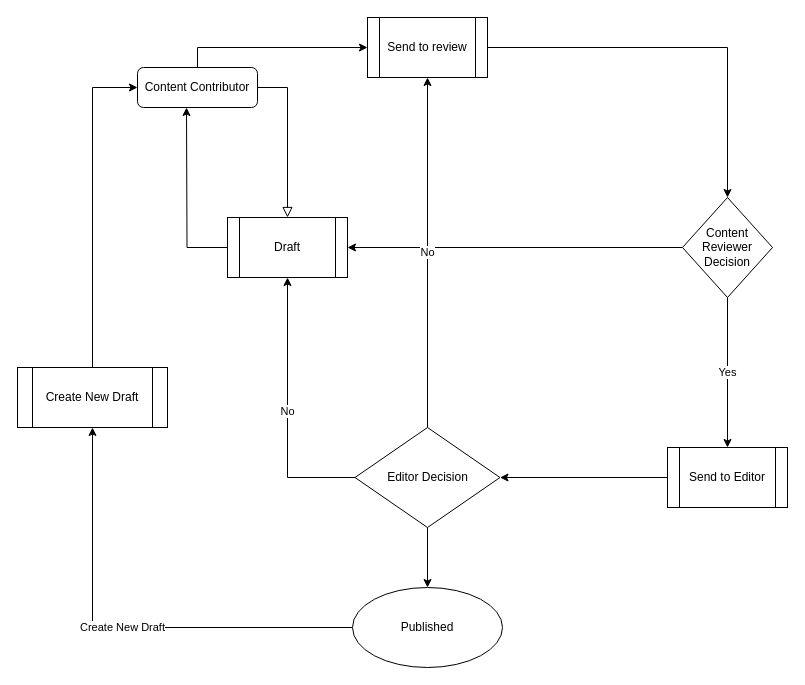
rjeyasundharam/ehs-role-permissions keeps this draw.io diagram as Untitled Diagram.drawio. Above is the earlier version. Source tidied: cells renumbered, new cells numbered last; positions are measured from the earlier drawing's top-left corner, leaving out a move shared by most shapes. Both pictures are drawn from the tidied source at 100%, with x=0, y=0 at pixel (17, 17).
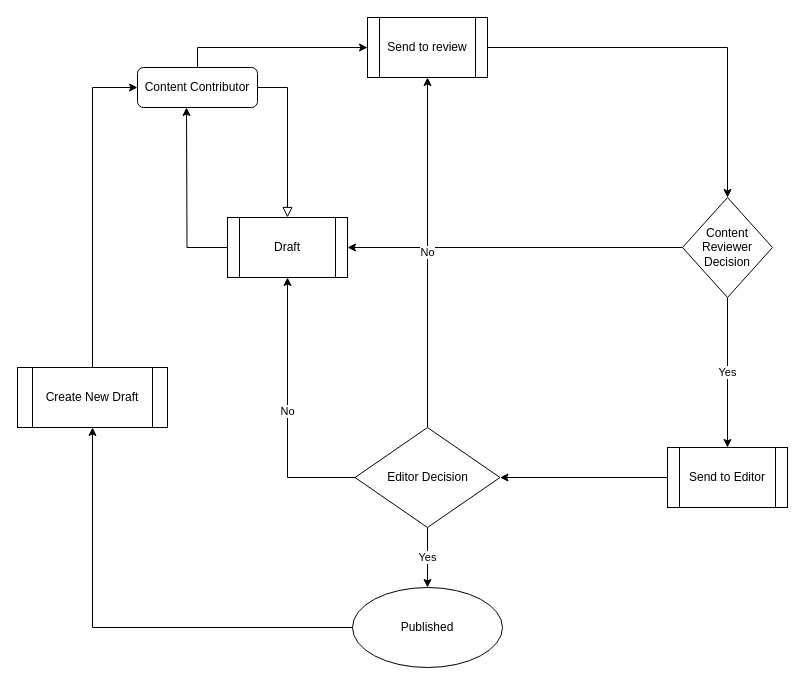
The same page after the edit.

Unchanged cells that the change refers to:
```xml
<mxCell id="17" value="Editor Decision" style="rhombus;whiteSpace=wrap;html=1;" parent="1" vertex="1">
  <mxGeometry x="337.5" y="410" width="145" height="100" as="geometry" />
</mxCell>
<mxCell id="19" value="Published" style="ellipse;whiteSpace=wrap;html=1;" parent="1" vertex="1">
  <mxGeometry x="335" y="570" width="150" height="80" as="geometry" />
</mxCell>
<mxCell id="21" value="Create New Draft" style="shape=process;whiteSpace=wrap;html=1;backgroundOutline=1;" parent="1" vertex="1">
  <mxGeometry y="350" width="150" height="60" as="geometry" />
</mxCell>
```

What changed in the source:
```diff
@@
-    <mxCell id="16" style="edgeStyle=orthogonalEdgeStyle;rounded=0;jettySize=auto;html=1;" parent="1" edge="1" source="17" target="19">
+    <mxCell id="16" value="Yes" style="edgeStyle=orthogonalEdgeStyle;rounded=0;jettySize=auto;html=1;" parent="1" edge="1" source="17" target="19">
       <mxGeometry relative="1" as="geometry" />
     </mxCell>
@@
-    <mxCell id="18" value="Create New Draft" style="edgeStyle=orthogonalEdgeStyle;rounded=0;jettySize=auto;html=1;exitX=0;exitY=0.5;exitDx=0;exitDy=0;entryX=0.5;entryY=1;entryDx=0;entryDy=0;" parent="1" edge="1" source="19" target="21">
-      <mxGeometry relative="1" as="geometry">
-        <Array as="points">
-          <mxPoint x="75" y="610" />
-        </Array>
-      </mxGeometry>
+    <mxCell id="18" style="edgeStyle=orthogonalEdgeStyle;rounded=0;jettySize=auto;html=1;exitX=0;exitY=0.5;exitDx=0;exitDy=0;entryX=0.5;entryY=1;entryDx=0;entryDy=0;" parent="1" edge="1" source="19" target="21">
+      <mxGeometry relative="1" as="geometry" />
     </mxCell>
```
